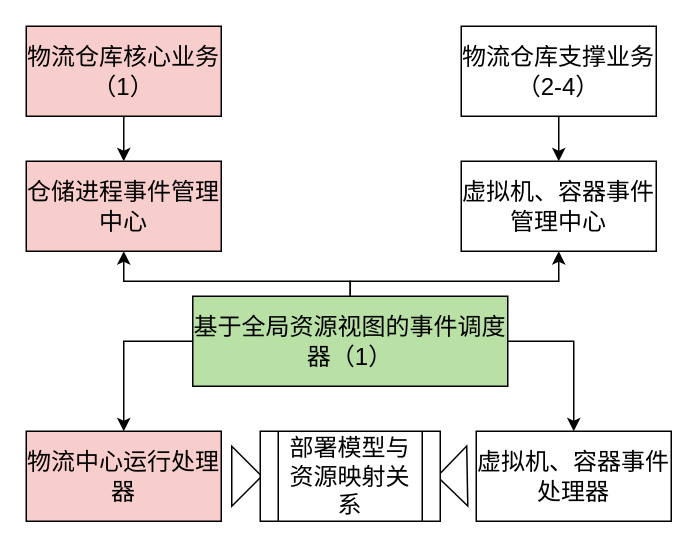
Before: page "第 2 页" (2 of 2) of 数据中心设计/lunzheng.drawio in Xuyuanjia2014/graphs, a draw.io diagram. Source tidied: cells renumbered, new cells numbered last; positions are measured from the earlier drawing's top-left corner, leaving out a move shared by most shapes. Both pictures are drawn from the tidied source at 150%, with x=0, y=0 at pixel (26, 26).
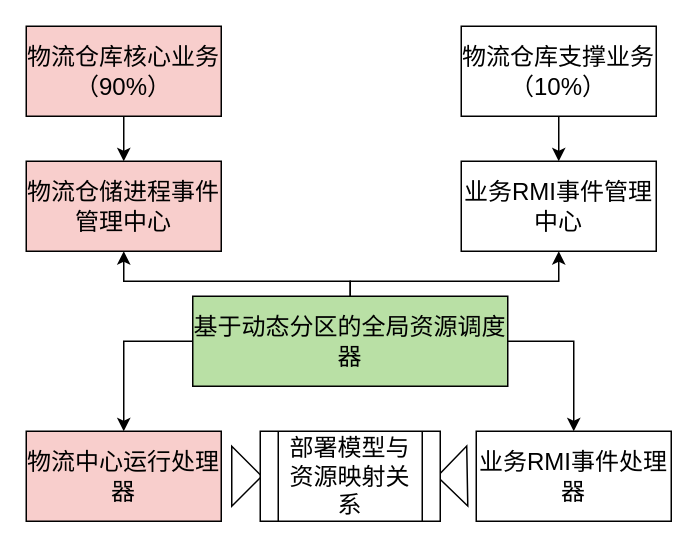
Above is the later version.

What changed in the source:
```diff
@@
-    <mxCell id="2" value="物流仓库核心业务（1）" style="rounded=0;whiteSpace=wrap;html=1;fontSize=16;fillColor=#F8CECC;" parent="1" vertex="1">
+    <mxCell id="2" value="物流仓库核心业务（90%）" style="rounded=0;whiteSpace=wrap;html=1;fontSize=16;fillColor=#F8CECC;" parent="1" vertex="1">
       <mxGeometry width="130" height="60" as="geometry" />
     </mxCell>
-    <mxCell id="3" value="物流仓库支撑业务（2-4）" style="rounded=0;whiteSpace=wrap;html=1;fontSize=16;" parent="1" vertex="1">
+    <mxCell id="3" value="物流仓库支撑业务（10%）" style="rounded=0;whiteSpace=wrap;html=1;fontSize=16;" parent="1" vertex="1">
       <mxGeometry x="290" width="130" height="60" as="geometry" />
     </mxCell>
-    <mxCell id="4" value="仓储进程事件管理中心" style="rounded=0;whiteSpace=wrap;html=1;fontSize=16;fillColor=#F8CECC;" parent="1" vertex="1">
+    <mxCell id="4" value="物流仓储进程事件管理中心" style="rounded=0;whiteSpace=wrap;html=1;fontSize=16;fillColor=#F8CECC;" parent="1" vertex="1">
       <mxGeometry y="90" width="130" height="60" as="geometry" />
     </mxCell>
-    <mxCell id="5" value="虚拟机、容器事件管理中心" style="rounded=0;whiteSpace=wrap;html=1;fontSize=16;" parent="1" vertex="1">
+    <mxCell id="5" value="业务RMI事件管理中心" style="rounded=0;whiteSpace=wrap;html=1;fontSize=16;" parent="1" vertex="1">
       <mxGeometry x="290" y="90" width="130" height="60" as="geometry" />
     </mxCell>
@@
-    <mxCell id="10" value="基于全局资源视图的事件调度器（1）" style="rounded=0;whiteSpace=wrap;html=1;fontSize=16;fillColor=#B9E0A5;" parent="1" vertex="1">
+    <mxCell id="10" value="基于动态分区的全局资源调度器" style="rounded=0;whiteSpace=wrap;html=1;fontSize=16;fillColor=#B9E0A5;" parent="1" vertex="1">
       <mxGeometry x="111" y="180" width="210" height="60" as="geometry" />
     </mxCell>
@@
-    <mxCell id="12" value="虚拟机、容器事件处理器" style="rounded=0;whiteSpace=wrap;html=1;fontSize=16;" parent="1" vertex="1">
+    <mxCell id="12" value="业务RMI事件处理器" style="rounded=0;whiteSpace=wrap;html=1;fontSize=16;" parent="1" vertex="1">
       <mxGeometry x="300" y="270" width="130" height="60" as="geometry" />
     </mxCell>
```
